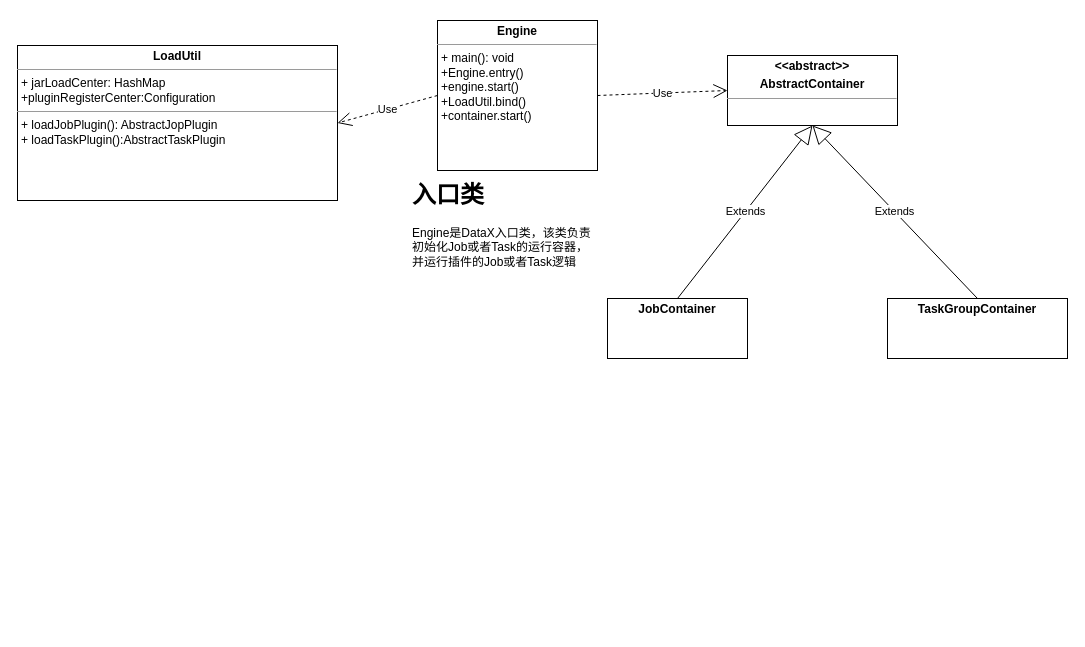
Above: page "dataX-框架类图" (2 of 2) of 类图.drawio in wangbin2188/draw (draw.io), before the change. Source tidied: cells renumbered, new cells numbered last; positions are measured from the earlier drawing's top-left corner, leaving out a move shared by most shapes. Both pictures are drawn from the tidied source at 100%, with x=0, y=0 at pixel (17, 20).
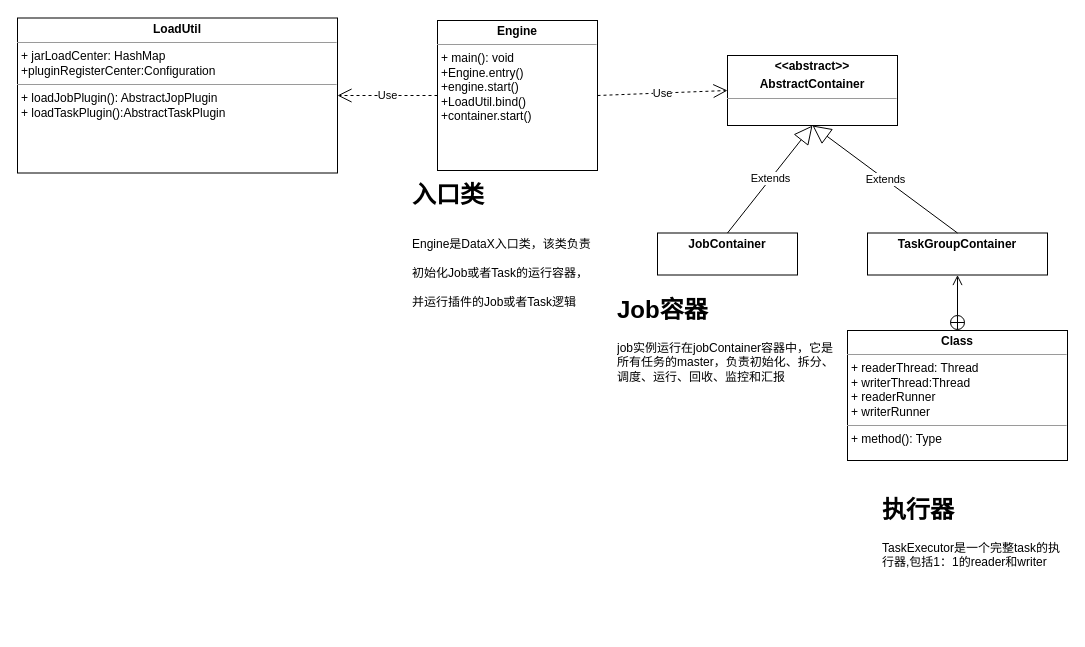
After the change.

What changed in the source:
```diff
@@
 <mxGraphModel>
   <root>
     <mxCell id="0" />
     <mxCell id="1" parent="0" />
     <mxCell id="2" value="&lt;p style=&quot;margin: 0px ; margin-top: 4px ; text-align: center&quot;&gt;&lt;b&gt;&amp;lt;&amp;lt;abstract&amp;gt;&amp;gt;&lt;/b&gt;&lt;/p&gt;&lt;p style=&quot;margin: 0px ; margin-top: 4px ; text-align: center&quot;&gt;&lt;b&gt;AbstractContainer&lt;br&gt;&lt;/b&gt;&lt;/p&gt;&lt;hr size=&quot;1&quot;&gt;&lt;div style=&quot;height: 2px&quot;&gt;&lt;/div&gt;" style="verticalAlign=top;align=left;overflow=fill;fontSize=12;fontFamily=Helvetica;html=1;" parent="1" vertex="1">
       <mxGeometry x="710" y="35" width="170" height="70" as="geometry" />
     </mxCell>
     <mxCell id="3" value="&lt;p style=&quot;margin: 0px ; margin-top: 4px ; text-align: center&quot;&gt;&lt;b&gt;JobContainer&lt;/b&gt;&lt;/p&gt;" style="verticalAlign=top;align=left;overflow=fill;fontSize=12;fontFamily=Helvetica;html=1;" parent="1" vertex="1">
-      <mxGeometry x="590" y="278" width="140" height="60" as="geometry" />
+      <mxGeometry x="640" y="212.5" width="140" height="42" as="geometry" />
     </mxCell>
     <mxCell id="4" value="&lt;p style=&quot;margin: 0px ; margin-top: 4px ; text-align: center&quot;&gt;&lt;b&gt;TaskGroupContainer&lt;/b&gt;&lt;/p&gt;" style="verticalAlign=top;align=left;overflow=fill;fontSize=12;fontFamily=Helvetica;html=1;" parent="1" vertex="1">
-      <mxGeometry x="870" y="278" width="180" height="60" as="geometry" />
+      <mxGeometry x="850" y="212.5" width="180" height="42" as="geometry" />
     </mxCell>
     <mxCell id="5" value="Extends" style="endArrow=block;endSize=16;endFill=0;html=1;entryX=0.5;entryY=1;entryDx=0;entryDy=0;exitX=0.5;exitY=0;exitDx=0;exitDy=0;" parent="1" edge="1" source="3" target="2">
       <mxGeometry relative="1" as="geometry" />
     </mxCell>
     <mxCell id="6" value="Extends" style="endArrow=block;endSize=16;endFill=0;html=1;entryX=0.5;entryY=1;entryDx=0;entryDy=0;exitX=0.5;exitY=0;exitDx=0;exitDy=0;" parent="1" edge="1" source="4" target="2">
       <mxGeometry relative="1" as="geometry" />
     </mxCell>
     <mxCell id="7" value="Use" style="endArrow=open;endSize=12;dashed=1;html=1;entryX=0;entryY=0.5;entryDx=0;entryDy=0;exitX=1;exitY=0.5;exitDx=0;exitDy=0;" parent="1" edge="1" source="8" target="2">
       <mxGeometry relative="1" as="geometry" />
     </mxCell>
     <mxCell id="8" value="&lt;p style=&quot;margin: 0px ; margin-top: 4px ; text-align: center&quot;&gt;&lt;b&gt;Engine&lt;/b&gt;&lt;/p&gt;&lt;hr size=&quot;1&quot;&gt;&lt;p style=&quot;margin: 0px ; margin-left: 4px&quot;&gt;+ main(): void&lt;/p&gt;&lt;p style=&quot;margin: 0px ; margin-left: 4px&quot;&gt;+Engine.entry()&lt;/p&gt;&lt;p style=&quot;margin: 0px ; margin-left: 4px&quot;&gt;+engine.start()&lt;/p&gt;&lt;p style=&quot;margin: 0px ; margin-left: 4px&quot;&gt;+LoadUtil.bind()&lt;/p&gt;&lt;p style=&quot;margin: 0px ; margin-left: 4px&quot;&gt;+container.start()&lt;/p&gt;" style="verticalAlign=top;align=left;overflow=fill;fontSize=12;fontFamily=Helvetica;html=1;" parent="1" vertex="1">
       <mxGeometry x="420" width="160" height="150" as="geometry" />
     </mxCell>
-    <mxCell id="9" value="&lt;h1&gt;入口类&lt;/h1&gt;&lt;p&gt;Engine是DataX入口类，该类负责初始化Job或者Task的运行容器，并运行插件的Job或者Task逻辑&lt;/p&gt;" style="text;html=1;strokeColor=none;fillColor=none;spacing=5;spacingTop=-20;whiteSpace=wrap;overflow=hidden;rounded=0;" parent="1" vertex="1">
+    <mxCell id="9" value="&lt;h1&gt;入口类&lt;/h1&gt;&lt;h1&gt;&lt;span style=&quot;font-size: 12px ; font-weight: normal&quot;&gt;Engine是DataX入口类，该类负责初始化Job或者Task的运行容器，并运行插件的Job或者Task逻辑&lt;/span&gt;&lt;/h1&gt;" style="text;html=1;strokeColor=none;fillColor=none;spacing=5;spacingTop=-20;whiteSpace=wrap;overflow=hidden;rounded=0;" parent="1" vertex="1">
       <mxGeometry x="390" y="155" width="190" height="157" as="geometry" />
     </mxCell>
     <mxCell id="10" value="&lt;p style=&quot;margin: 0px ; margin-top: 4px ; text-align: center&quot;&gt;&lt;b&gt;LoadUtil&lt;/b&gt;&lt;/p&gt;&lt;hr size=&quot;1&quot;&gt;&lt;p style=&quot;margin: 0px ; margin-left: 4px&quot;&gt;+ jarLoadCenter: HashMap&lt;/p&gt;&lt;p style=&quot;margin: 0px ; margin-left: 4px&quot;&gt;+pluginRegisterCenter:Configuration&lt;/p&gt;&lt;hr size=&quot;1&quot;&gt;&lt;p style=&quot;margin: 0px ; margin-left: 4px&quot;&gt;+ loadJobPlugin(): AbstractJopPlugin&lt;/p&gt;&lt;p style=&quot;margin: 0px ; margin-left: 4px&quot;&gt;+ loadTaskPlugin():AbstractTaskPlugin&lt;/p&gt;" style="verticalAlign=top;align=left;overflow=fill;fontSize=12;fontFamily=Helvetica;html=1;" parent="1" vertex="1">
-      <mxGeometry y="25" width="320" height="155" as="geometry" />
+      <mxGeometry y="-2.5" width="320" height="155" as="geometry" />
     </mxCell>
     <mxCell id="11" value="Use" style="endArrow=open;endSize=12;dashed=1;html=1;entryX=1;entryY=0.5;entryDx=0;entryDy=0;exitX=0;exitY=0.5;exitDx=0;exitDy=0;" parent="1" edge="1" source="8" target="10">
       <mxGeometry relative="1" as="geometry" />
     </mxCell>
+    <mxCell id="12" value="&lt;h1&gt;Job容器&lt;/h1&gt;&lt;p&gt;job实例运行在jobContainer容器中，它是所有任务的master，负责初始化、拆分、调度、运行、回收、监控和汇报&lt;/p&gt;" style="text;html=1;strokeColor=none;fillColor=none;spacing=5;spacingTop=-20;whiteSpace=wrap;overflow=hidden;rounded=0;" parent="1" vertex="1">
+      <mxGeometry x="595" y="270" width="230" height="170" as="geometry" />
+    </mxCell>
+    <mxCell id="13" style="endArrow=open;startArrow=circlePlus;endFill=0;startFill=0;endSize=8;html=1;entryX=0.5;entryY=1;entryDx=0;entryDy=0;exitX=0.5;exitY=0;exitDx=0;exitDy=0;" parent="1" edge="1" source="15" target="4">
+      <mxGeometry relative="1" as="geometry" />
+    </mxCell>
+    <mxCell id="14" value="&lt;h1&gt;执行器&lt;/h1&gt;&lt;p&gt;TaskExecutor是一个完整task的执行器,包括1：1的reader和writer&lt;/p&gt;" style="text;html=1;strokeColor=none;fillColor=none;spacing=5;spacingTop=-20;whiteSpace=wrap;overflow=hidden;rounded=0;" parent="1" vertex="1">
+      <mxGeometry x="860" y="470" width="190" height="140" as="geometry" />
+    </mxCell>
+    <mxCell id="15" value="&lt;p style=&quot;margin: 0px ; margin-top: 4px ; text-align: center&quot;&gt;&lt;b&gt;Class&lt;/b&gt;&lt;/p&gt;&lt;hr size=&quot;1&quot;&gt;&lt;p style=&quot;margin: 0px ; margin-left: 4px&quot;&gt;+ readerThread: Thread&lt;/p&gt;&lt;p style=&quot;margin: 0px ; margin-left: 4px&quot;&gt;+ writerThread:Thread&lt;/p&gt;&lt;p style=&quot;margin: 0px ; margin-left: 4px&quot;&gt;+ readerRunner&lt;/p&gt;&lt;p style=&quot;margin: 0px ; margin-left: 4px&quot;&gt;+ writerRunner&lt;/p&gt;&lt;hr size=&quot;1&quot;&gt;&lt;p style=&quot;margin: 0px ; margin-left: 4px&quot;&gt;+ method(): Type&lt;/p&gt;" style="verticalAlign=top;align=left;overflow=fill;fontSize=12;fontFamily=Helvetica;html=1;" parent="1" vertex="1">
+      <mxGeometry x="830" y="310" width="220" height="130" as="geometry" />
+    </mxCell>
   </root>
 </mxGraphModel>
```
